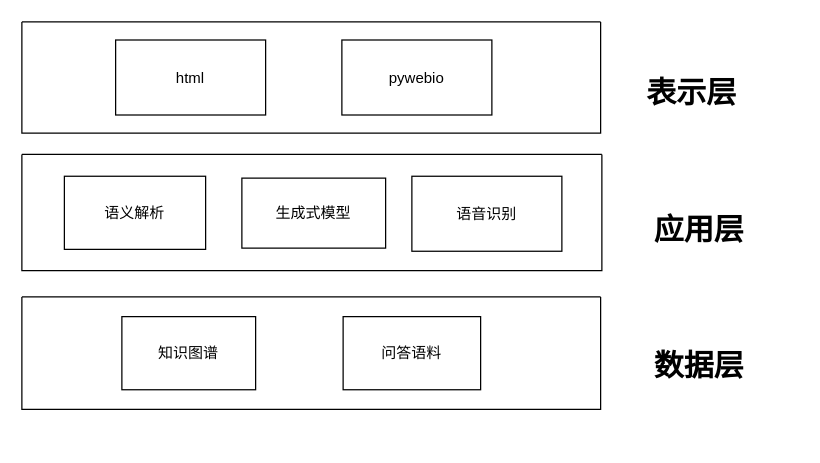
The draw.io diagram page "第 8 页" (7 of 7) of flowchart/毕设.drawio in honghangzhi/diagrams, before the edit. Source tidied: cells renumbered, new cells numbered last; positions are measured from the earlier drawing's top-left corner, leaving out a move shared by most shapes. Both pictures are drawn from the tidied source at 125%, with x=0, y=0 at pixel (21, 21).
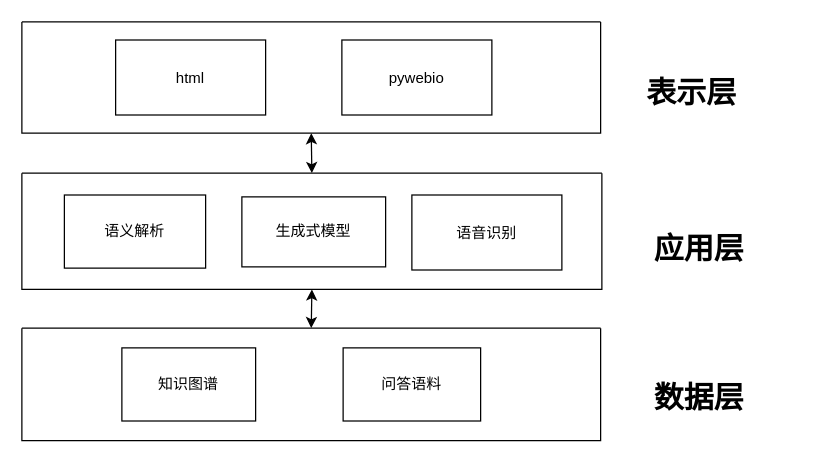
The same page after the edit.

Diff of the diagram source:
```diff
@@
 <mxGraphModel>
   <root>
     <mxCell id="0" />
     <mxCell id="1" parent="0" />
     <mxCell id="2" style="swimlane;startSize=0;" parent="1" vertex="1">
       <mxGeometry width="463" height="89" as="geometry" />
     </mxCell>
     <mxCell id="3" value="html" style="rounded=0;whiteSpace=wrap;html=1;" parent="2" vertex="1">
       <mxGeometry x="75" y="14.5" width="120" height="60" as="geometry" />
     </mxCell>
     <mxCell id="4" value="pywebio" style="rounded=0;whiteSpace=wrap;html=1;" parent="2" vertex="1">
       <mxGeometry x="256" y="14.5" width="120" height="60" as="geometry" />
     </mxCell>
     <mxCell id="5" style="swimlane;startSize=0;" parent="1" vertex="1">
-      <mxGeometry y="106" width="464" height="93" as="geometry" />
+      <mxGeometry y="121" width="464" height="93" as="geometry" />
     </mxCell>
     <mxCell id="6" value="生成式模型" style="rounded=0;whiteSpace=wrap;html=1;" parent="5" vertex="1">
       <mxGeometry x="176" y="19" width="115" height="56" as="geometry" />
     </mxCell>
     <mxCell id="7" value="语义解析" style="rounded=0;whiteSpace=wrap;html=1;" parent="5" vertex="1">
       <mxGeometry x="34" y="17.5" width="113" height="58.5" as="geometry" />
     </mxCell>
     <mxCell id="8" value="语音识别" style="rounded=0;whiteSpace=wrap;html=1;" parent="5" vertex="1">
       <mxGeometry x="312" y="17.5" width="120" height="60" as="geometry" />
     </mxCell>
     <mxCell id="9" style="swimlane;startSize=0;" parent="1" vertex="1">
-      <mxGeometry y="220" width="463" height="90" as="geometry" />
+      <mxGeometry y="245" width="463" height="90" as="geometry" />
     </mxCell>
     <mxCell id="10" value="问答语料" style="rounded=0;whiteSpace=wrap;html=1;" parent="9" vertex="1">
       <mxGeometry x="257" y="15.8" width="110" height="58.5" as="geometry" />
     </mxCell>
     <mxCell id="11" value="知识图谱" style="rounded=0;whiteSpace=wrap;html=1;" parent="9" vertex="1">
       <mxGeometry x="80" y="15.8" width="107" height="58.5" as="geometry" />
     </mxCell>
     <mxCell id="12" value="&lt;h1&gt;数据层&lt;/h1&gt;" style="text;html=1;strokeColor=none;fillColor=none;spacing=5;spacingTop=-20;whiteSpace=wrap;overflow=hidden;rounded=0;" parent="1" vertex="1">
-      <mxGeometry x="501" y="256" width="120" height="49" as="geometry" />
+      <mxGeometry x="501" y="281" width="120" height="49" as="geometry" />
     </mxCell>
     <mxCell id="13" value="&lt;h1&gt;应用层&lt;/h1&gt;" style="text;html=1;strokeColor=none;fillColor=none;spacing=5;spacingTop=-20;whiteSpace=wrap;overflow=hidden;rounded=0;" parent="1" vertex="1">
-      <mxGeometry x="501" y="147" width="120" height="49" as="geometry" />
+      <mxGeometry x="501" y="162" width="120" height="49" as="geometry" />
     </mxCell>
     <mxCell id="14" value="&lt;h1&gt;表示层&lt;/h1&gt;" style="text;html=1;strokeColor=none;fillColor=none;spacing=5;spacingTop=-20;whiteSpace=wrap;overflow=hidden;rounded=0;" parent="1" vertex="1">
       <mxGeometry x="495" y="36.5" width="120" height="49" as="geometry" />
     </mxCell>
+    <mxCell id="15" style="endArrow=classic;startArrow=classic;html=1;rounded=0;entryX=0.5;entryY=1;entryDx=0;entryDy=0;exitX=0.5;exitY=0;exitDx=0;exitDy=0;" parent="1" edge="1" source="5" target="2">
+      <mxGeometry relative="1" as="geometry" />
+    </mxCell>
+    <mxCell id="16" style="endArrow=classic;startArrow=classic;html=1;rounded=0;entryX=0.5;entryY=1;entryDx=0;entryDy=0;exitX=0.5;exitY=0;exitDx=0;exitDy=0;" parent="1" edge="1" source="9" target="5">
+      <mxGeometry relative="1" as="geometry" />
+    </mxCell>
   </root>
 </mxGraphModel>
```
